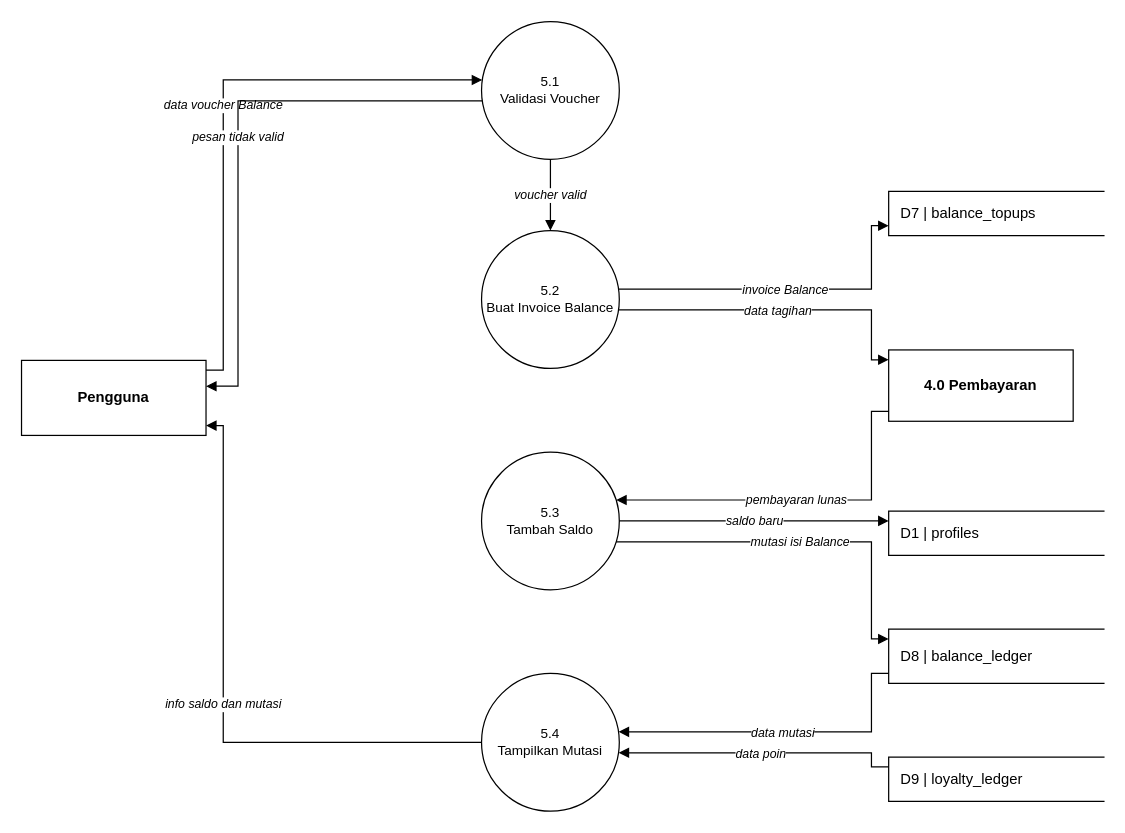
Before: page "FDFDLevel1(ProsesPengelolaanBalance)" (6 of 6) of docs/skpl/dfd/DFD valostock.drawio in balaqiang/valostock, a draw.io diagram. Source tidied: cells renumbered, new cells numbered last; positions are measured from the earlier drawing's top-left corner, leaving out a move shared by most shapes. Both pictures are drawn from the tidied source at 123%, with x=0, y=0 at pixel (21, 21).
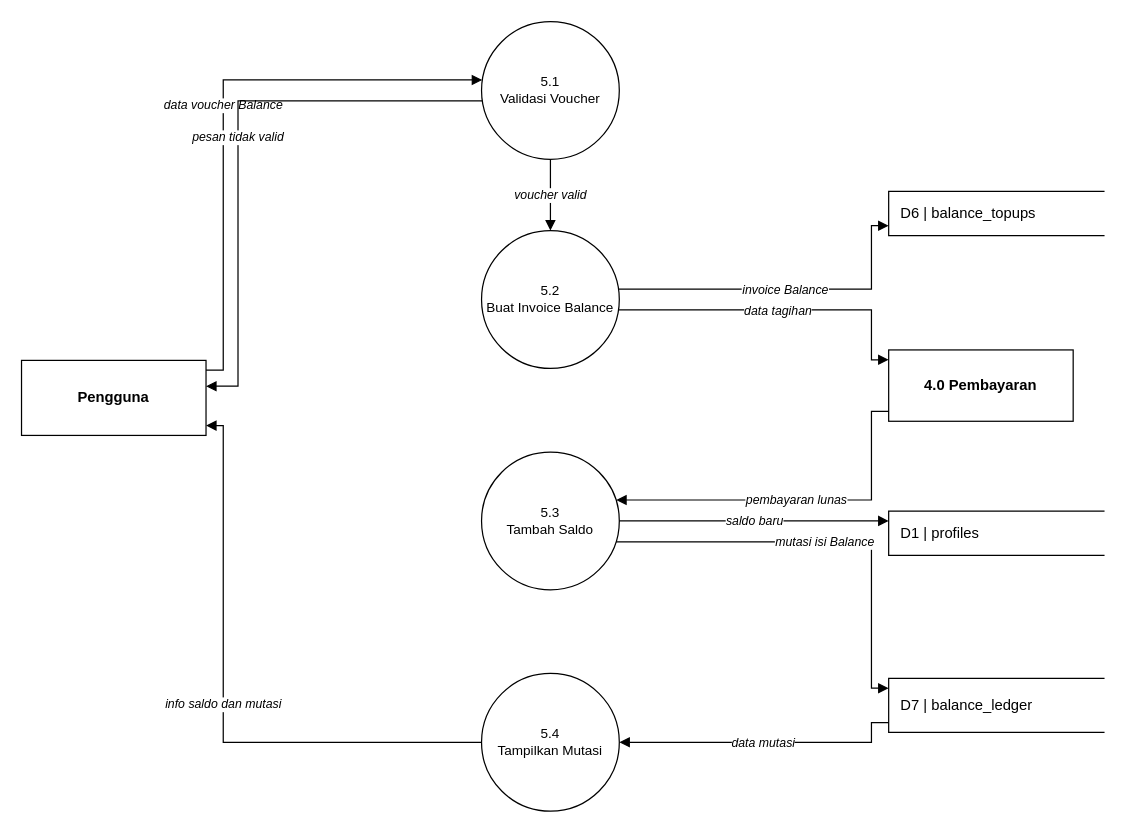
Above is the later version.

What changed in the source:
```diff
@@
-    <mxCell id="7" value="D7  |  balance_topups" style="shape=partialRectangle;whiteSpace=wrap;html=1;left=1;right=0;top=1;bottom=1;fillColor=none;align=left;spacingLeft=8;" parent="1" vertex="1">
-      <mxGeometry x="705" y="138" width="175" height="36" as="geometry" />
-    </mxCell>
+    <mxCell id="23" value="D6  |  balance_topups" style="shape=partialRectangle;whiteSpace=wrap;html=1;left=1;right=0;top=1;bottom=1;fillColor=none;align=left;spacingLeft=8;" parent="1" vertex="1">
+      <mxGeometry x="705" y="138" width="175" height="36" as="geometry" />
+    </mxCell>
@@
-    <mxCell id="10" value="D8  |  balance_ledger" style="shape=partialRectangle;whiteSpace=wrap;html=1;left=1;right=0;top=1;bottom=1;fillColor=none;align=left;spacingLeft=8;" parent="1" vertex="1">
-      <mxGeometry x="705" y="494" width="175" height="44" as="geometry" />
-    </mxCell>
-    <mxCell id="11" value="D9  |  loyalty_ledger" style="shape=partialRectangle;whiteSpace=wrap;html=1;left=1;right=0;top=1;bottom=1;fillColor=none;align=left;spacingLeft=8;" parent="1" vertex="1">
-      <mxGeometry x="705" y="598" width="175" height="36" as="geometry" />
-    </mxCell>
+    <mxCell id="7" value="D7  |  balance_ledger" style="shape=partialRectangle;whiteSpace=wrap;html=1;left=1;right=0;top=1;bottom=1;fillColor=none;align=left;spacingLeft=8;" parent="1" vertex="1">
+      <mxGeometry x="705" y="534" width="175" height="44" as="geometry" />
+    </mxCell>
@@
     <mxCell id="19" value="mutasi isi Balance" style="edgeStyle=none;endArrow=block;endFill=1;html=1;rounded=0;fontSize=10;fontStyle=2;labelBackgroundColor=#ffffff;" parent="1" edge="1">
       <mxGeometry relative="1" as="geometry">
         <mxPoint x="483.4" y="423" as="sourcePoint" />
-        <mxPoint x="705" y="502" as="targetPoint" />
+        <mxPoint x="705" y="542" as="targetPoint" />
         <Array as="points">
           <mxPoint x="691" y="423" />
-          <mxPoint x="691" y="502" />
+          <mxPoint x="691" y="542" />
         </Array>
       </mxGeometry>
     </mxCell>
     <mxCell id="20" value="data mutasi" style="edgeStyle=none;endArrow=block;endFill=1;html=1;rounded=0;fontSize=10;fontStyle=2;labelBackgroundColor=#ffffff;" parent="1" edge="1">
       <mxGeometry relative="1" as="geometry">
-        <mxPoint x="705" y="530" as="sourcePoint" />
-        <mxPoint x="485.4" y="577.5" as="targetPoint" />
+        <mxPoint x="705" y="570" as="sourcePoint" />
+        <mxPoint x="486" y="586" as="targetPoint" />
         <Array as="points">
-          <mxPoint x="691" y="530" />
-          <mxPoint x="691" y="577.5" />
+          <mxPoint x="691" y="570" />
+          <mxPoint x="691" y="586" />
         </Array>
       </mxGeometry>
     </mxCell>
-    <mxCell id="21" value="data poin" style="edgeStyle=none;endArrow=block;endFill=1;html=1;rounded=0;fontSize=10;fontStyle=2;labelBackgroundColor=#ffffff;" parent="1" edge="1">
+    <mxCell id="21" value="info saldo dan mutasi" style="edgeStyle=none;endArrow=block;endFill=1;html=1;rounded=0;fontSize=10;fontStyle=2;labelBackgroundColor=#ffffff;" parent="1" edge="1">
       <mxGeometry relative="1" as="geometry">
-        <mxPoint x="705" y="606" as="sourcePoint" />
-        <mxPoint x="485.4" y="594.5" as="targetPoint" />
+        <mxPoint x="374" y="586" as="sourcePoint" />
+        <mxPoint x="150" y="328.5" as="targetPoint" />
         <Array as="points">
-          <mxPoint x="691" y="606" />
-          <mxPoint x="691" y="594.5" />
+          <mxPoint x="164" y="586" />
+          <mxPoint x="164" y="328.5" />
         </Array>
       </mxGeometry>
     </mxCell>
-    <mxCell id="22" value="info saldo dan mutasi" style="edgeStyle=none;endArrow=block;endFill=1;html=1;rounded=0;fontSize=10;fontStyle=2;labelBackgroundColor=#ffffff;" parent="1" edge="1">
-      <mxGeometry relative="1" as="geometry">
-        <mxPoint x="374" y="586" as="sourcePoint" />
-        <mxPoint x="150" y="328.5" as="targetPoint" />
-        <Array as="points">
-          <mxPoint x="164" y="586" />
-          <mxPoint x="164" y="328.5" />
-        </Array>
-      </mxGeometry>
-    </mxCell>
```
